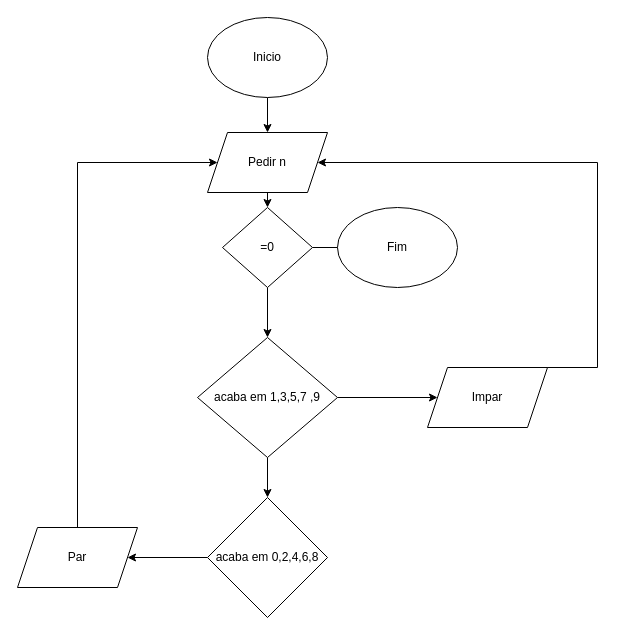
Earlier version of the draw.io diagram fluxograma 8.drawio (Goncalo203/diagrama-1). Source tidied: cells renumbered, new cells numbered last; positions are measured from the earlier drawing's top-left corner, leaving out a move shared by most shapes. Both pictures are drawn from the tidied source at 100%, with x=0, y=0 at pixel (17, 17).
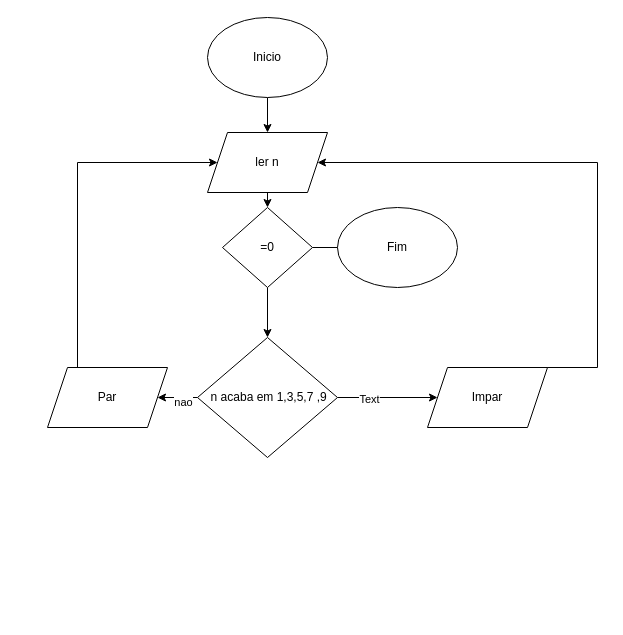
The same diagram, later.

Unchanged cells that the change refers to:
```xml
<mxCell id="4" style="edgeStyle=orthogonalEdgeStyle;rounded=0;jettySize=auto;html=1;exitX=1;exitY=0.5;exitDx=0;exitDy=0;" parent="1" edge="1" source="6" target="10">
  <mxGeometry relative="1" as="geometry" />
</mxCell>
```

Change to the diagram source:
```diff
@@
-    <mxCell id="5" style="edgeStyle=orthogonalEdgeStyle;rounded=0;jettySize=auto;html=1;exitX=0.5;exitY=1;exitDx=0;exitDy=0;entryX=0.5;entryY=0;entryDx=0;entryDy=0;" parent="1" edge="1" source="6" target="12">
-      <mxGeometry relative="1" as="geometry" />
-    </mxCell>
+    <mxCell id="19" value="Text" style="edgeLabel;html=1;align=center;verticalAlign=middle;" parent="4" vertex="1">
+      <mxGeometry x="-0.39" y="-1" relative="1" as="geometry" />
+    </mxCell>
+    <mxCell id="20" style="edgeStyle=orthogonalEdgeStyle;rounded=0;jettySize=auto;html=1;exitX=0;exitY=0.5;exitDx=0;exitDy=0;entryX=1;entryY=0.5;entryDx=0;entryDy=0;" parent="1" edge="1" source="6" target="18">
+      <mxGeometry relative="1" as="geometry" />
+    </mxCell>
+    <mxCell id="21" value="nao" style="edgeLabel;html=1;align=center;verticalAlign=middle;" parent="20" vertex="1">
+      <mxGeometry x="0.18" y="4" relative="1" as="geometry" />
+    </mxCell>
-    <mxCell id="6" value="acaba em 1,3,5,7 ,9" style="rhombus;whiteSpace=wrap;html=1;shapeInside=1;" parent="1" vertex="1">
+    <mxCell id="6" value="&amp;nbsp;n acaba em 1,3,5,7 ,9" style="rhombus;whiteSpace=wrap;html=1;shapeInside=1;" parent="1" vertex="1">
       <mxGeometry x="180" y="320" width="140" height="120" as="geometry" />
     </mxCell>
@@
-    <mxCell id="8" value="Pedir n" style="shape=parallelogram;perimeter=parallelogramPerimeter;whiteSpace=wrap;html=1;shapeInside=1;fixedSize=1;" parent="1" vertex="1">
+    <mxCell id="8" value="ler n" style="shape=parallelogram;perimeter=parallelogramPerimeter;whiteSpace=wrap;html=1;shapeInside=1;fixedSize=1;" parent="1" vertex="1">
       <mxGeometry x="190" y="115" width="120" height="60" as="geometry" />
     </mxCell>
@@
-    <mxCell id="11" style="edgeStyle=orthogonalEdgeStyle;rounded=0;jettySize=auto;html=1;exitX=0;exitY=0.5;exitDx=0;exitDy=0;" parent="1" edge="1" source="12">
-      <mxGeometry relative="1" as="geometry">
-        <mxPoint x="110" y="540" as="targetPoint" />
-      </mxGeometry>
-    </mxCell>
-    <mxCell id="12" value="acaba em 0,2,4,6,8" style="rhombus;whiteSpace=wrap;html=1;shapeInside=1;" parent="1" vertex="1">
-      <mxGeometry x="190" y="480" width="120" height="120" as="geometry" />
-    </mxCell>
@@
     <mxCell id="18" value="Par" style="shape=parallelogram;perimeter=parallelogramPerimeter;whiteSpace=wrap;html=1;shapeInside=1;fixedSize=1;" parent="1" vertex="1">
-      <mxGeometry y="510" width="120" height="60" as="geometry" />
+      <mxGeometry x="30" y="350" width="120" height="60" as="geometry" />
     </mxCell>
```
